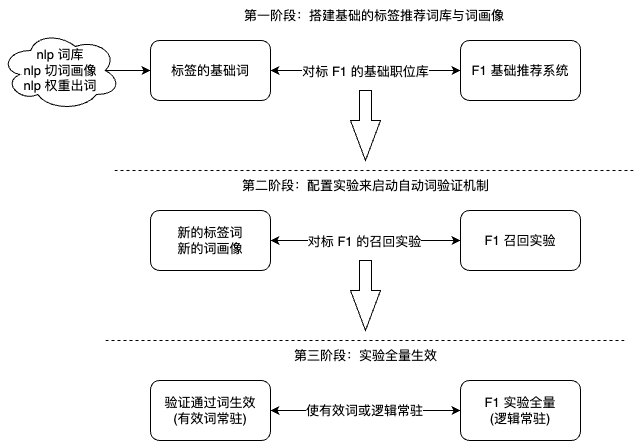
The draw.io diagram work-draw-file/标签词分流方案.png in liujunao/draw-data, before a commit. Source tidied: cells renumbered, new cells last; positions are measured from the earlier drawing's top-left corner, leaving out a move shared by most shapes.
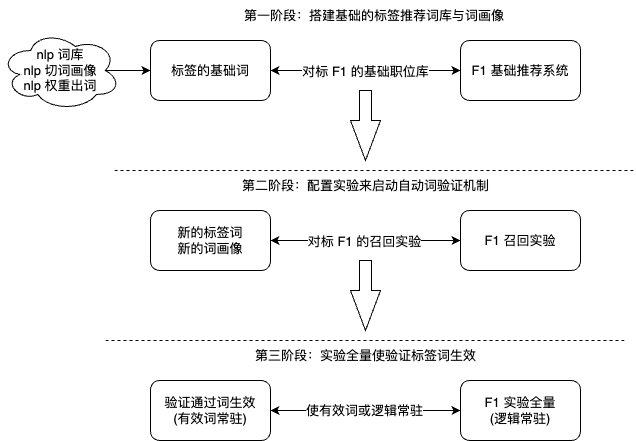
Above is the later version.

Commit message:
更新标签词分流方案.png

The edit, as a diff of the source:
```diff
@@ -50,7 +50,7 @@
     <mxCell id="15" style="html=1;shadow=0;dashed=0;align=center;verticalAlign=middle;shape=mxgraph.arrows2.arrow;dy=0.6;dx=40;direction=south;notch=0;" parent="1" vertex="1">
       <mxGeometry x="350" y="260" width="30" height="70" as="geometry" />
     </mxCell>
-    <mxCell id="16" value="第三阶段：实验全量生效" style="text;html=1;strokeColor=none;fillColor=none;align=center;verticalAlign=middle;whiteSpace=wrap;rounded=0;" parent="1" vertex="1">
+    <mxCell id="16" value="第三阶段：实验全量使验证标签词生效" style="text;html=1;strokeColor=none;fillColor=none;align=center;verticalAlign=middle;whiteSpace=wrap;rounded=0;" parent="1" vertex="1">
       <mxGeometry x="222.5" y="340" width="285" height="30" as="geometry" />
     </mxCell>
     <mxCell id="17" style="edgeStyle=orthogonalEdgeStyle;rounded=0;jettySize=auto;html=1;exitX=0.875;exitY=0.5;exitDx=0;exitDy=0;exitPerimeter=0;entryX=0;entryY=0.5;entryDx=0;entryDy=0;" parent="1" edge="1" source="18" target="2">
```
